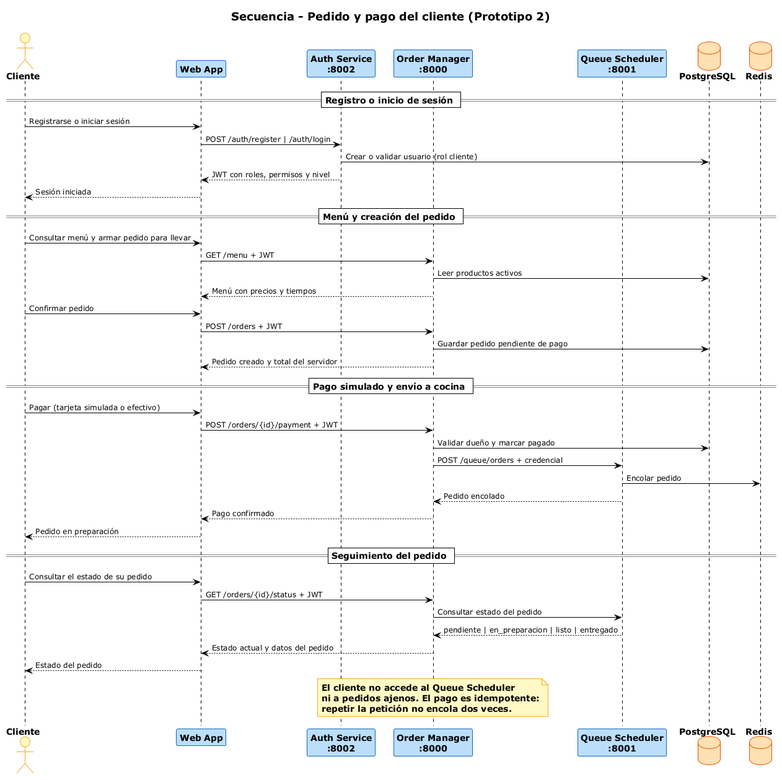
Before: g3-H-PanTech/docs/secuencia_cliente_pedido.png, a diagram exported from PlantUML (unal-sw-arch/swarch-2026ii).
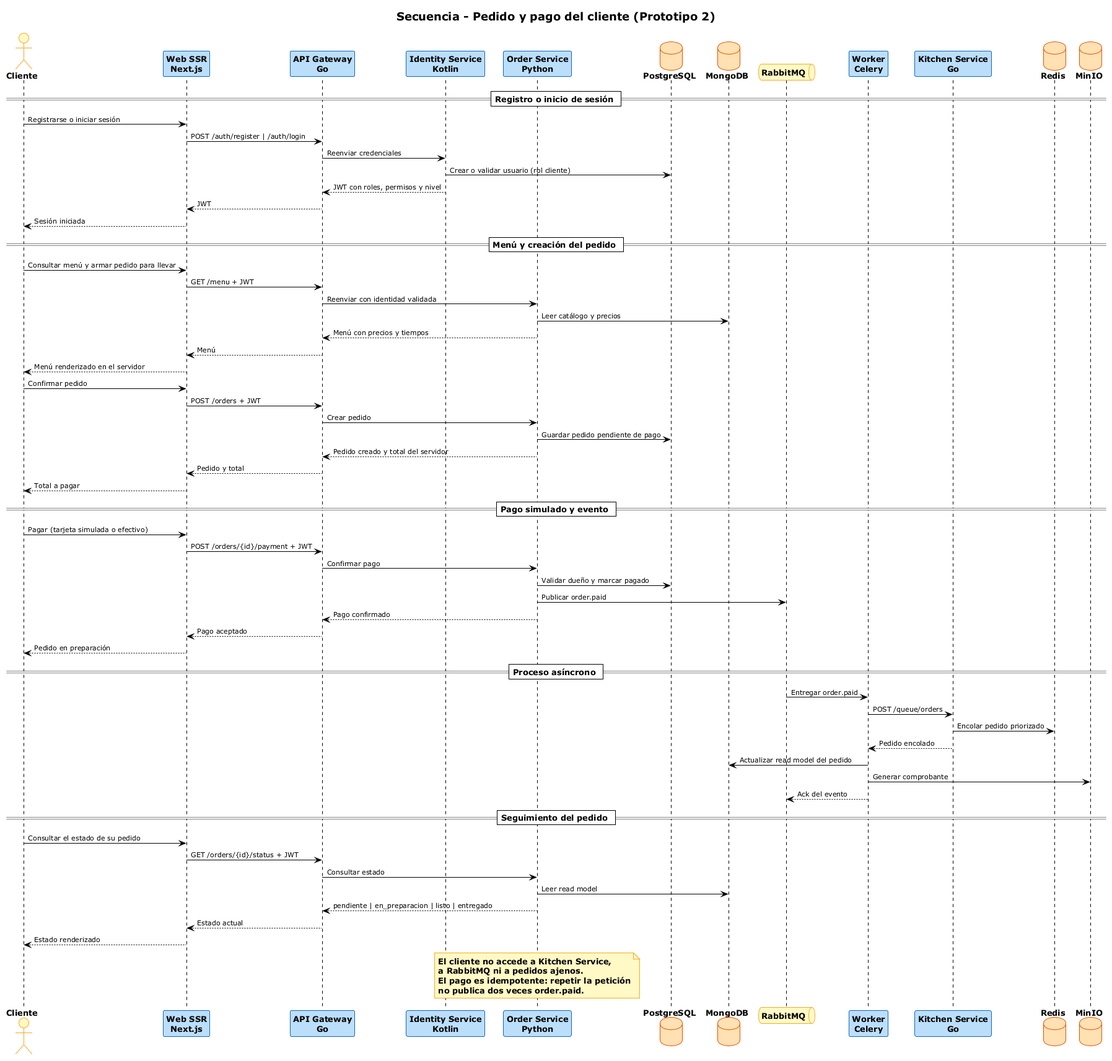
The same file after the commit.

Change to the diagram source:
```diff
@@ -1,8 +1,8 @@
 @startuml
 !theme plain
 skinparam shadowing false
-skinparam defaultFontSize 14
-skinparam ArrowFontSize 12
+skinparam defaultFontSize 13
+skinparam ArrowFontSize 11
 skinparam titleFontSize 18
 skinparam titleFontStyle bold
 skinparam ParticipantBackgroundColor #BBDEFB
@@ -14,6 +14,9 @@
 skinparam DatabaseBackgroundColor #FFE0B2
 skinparam DatabaseBorderColor #E65100
 skinparam DatabaseFontStyle bold
+skinparam QueueBackgroundColor #FFF9C4
+skinparam QueueBorderColor #F9A825
+skinparam QueueFontStyle bold
 skinparam note {
   BackgroundColor #FFF9C4
   BorderColor #F9A825
@@ -23,52 +26,77 @@
 title Secuencia - Pedido y pago del cliente (Prototipo 2)
 
 actor "Cliente" as Cliente
-participant "Web App" as Web
-participant "Auth Service\n:8002" as Auth
-participant "Order Manager\n:8000" as Order
-participant "Queue Scheduler\n:8001" as Sched
-database "PostgreSQL" as DB
+participant "Web SSR\nNext.js" as Web
+participant "API Gateway\nGo" as GW
+participant "Identity Service\nKotlin" as Identity
+participant "Order Service\nPython" as Order
+database "PostgreSQL" as PG
+database "MongoDB" as Mongo
+queue "RabbitMQ" as MQ
+participant "Worker\nCelery" as Worker
+participant "Kitchen Service\nGo" as Kitchen
 database "Redis" as Redis
+database "MinIO" as Minio
 
 == Registro o inicio de sesión ==
 Cliente -> Web : Registrarse o iniciar sesión
-Web -> Auth : POST /auth/register | /auth/login
-Auth -> DB : Crear o validar usuario (rol cliente)
-Auth --> Web : JWT con roles, permisos y nivel
+Web -> GW : POST /auth/register | /auth/login
+GW -> Identity : Reenviar credenciales
+Identity -> PG : Crear o validar usuario (rol cliente)
+Identity --> GW : JWT con roles, permisos y nivel
+GW --> Web : JWT
 Web --> Cliente : Sesión iniciada
 
 == Menú y creación del pedido ==
 Cliente -> Web : Consultar menú y armar pedido para llevar
-Web -> Order : GET /menu + JWT
-Order -> DB : Leer productos activos
-Order --> Web : Menú con precios y tiempos
+Web -> GW : GET /menu + JWT
+GW -> Order : Reenviar con identidad validada
+Order -> Mongo : Leer catálogo y precios
+Order --> GW : Menú con precios y tiempos
+GW --> Web : Menú
+Web --> Cliente : Menú renderizado en el servidor
+
 Cliente -> Web : Confirmar pedido
-Web -> Order : POST /orders + JWT
-Order -> DB : Guardar pedido pendiente de pago
-Order --> Web : Pedido creado y total del servidor
+Web -> GW : POST /orders + JWT
+GW -> Order : Crear pedido
+Order -> PG : Guardar pedido pendiente de pago
+Order --> GW : Pedido creado y total del servidor
+GW --> Web : Pedido y total
+Web --> Cliente : Total a pagar
 
-== Pago simulado y envío a cocina ==
+== Pago simulado y evento ==
 Cliente -> Web : Pagar (tarjeta simulada o efectivo)
-Web -> Order : POST /orders/{id}/payment + JWT
-Order -> DB : Validar dueño y marcar pagado
-Order -> Sched : POST /queue/orders + credencial
-Sched -> Redis : Encolar pedido
-Sched --> Order : Pedido encolado
-Order --> Web : Pago confirmado
+Web -> GW : POST /orders/{id}/payment + JWT
+GW -> Order : Confirmar pago
+Order -> PG : Validar dueño y marcar pagado
+Order -> MQ : Publicar order.paid
+Order --> GW : Pago confirmado
+GW --> Web : Pago aceptado
 Web --> Cliente : Pedido en preparación
+
+== Proceso asíncrono ==
+MQ -> Worker : Entregar order.paid
+Worker -> Kitchen : POST /queue/orders
+Kitchen -> Redis : Encolar pedido priorizado
+Kitchen --> Worker : Pedido encolado
+Worker -> Mongo : Actualizar read model del pedido
+Worker -> Minio : Generar comprobante
+Worker --> MQ : Ack del evento
 
 == Seguimiento del pedido ==
 Cliente -> Web : Consultar el estado de su pedido
-Web -> Order : GET /orders/{id}/status + JWT
-Order -> Sched : Consultar estado del pedido
-Sched --> Order : pendiente | en_preparacion | listo | entregado
-Order --> Web : Estado actual y datos del pedido
-Web --> Cliente : Estado del pedido
+Web -> GW : GET /orders/{id}/status + JWT
+GW -> Order : Consultar estado
+Order -> Mongo : Leer read model
+Order --> GW : pendiente | en_preparacion | listo | entregado
+GW --> Web : Estado actual
+Web --> Cliente : Estado renderizado
 
 note over Order
-  El cliente no accede al Queue Scheduler
-  ni a pedidos ajenos. El pago es idempotente:
-  repetir la petición no encola dos veces.
+  El cliente no accede a Kitchen Service,
+  a RabbitMQ ni a pedidos ajenos.
+  El pago es idempotente: repetir la petición
+  no publica dos veces order.paid.
 end note
 
 @enduml
```
